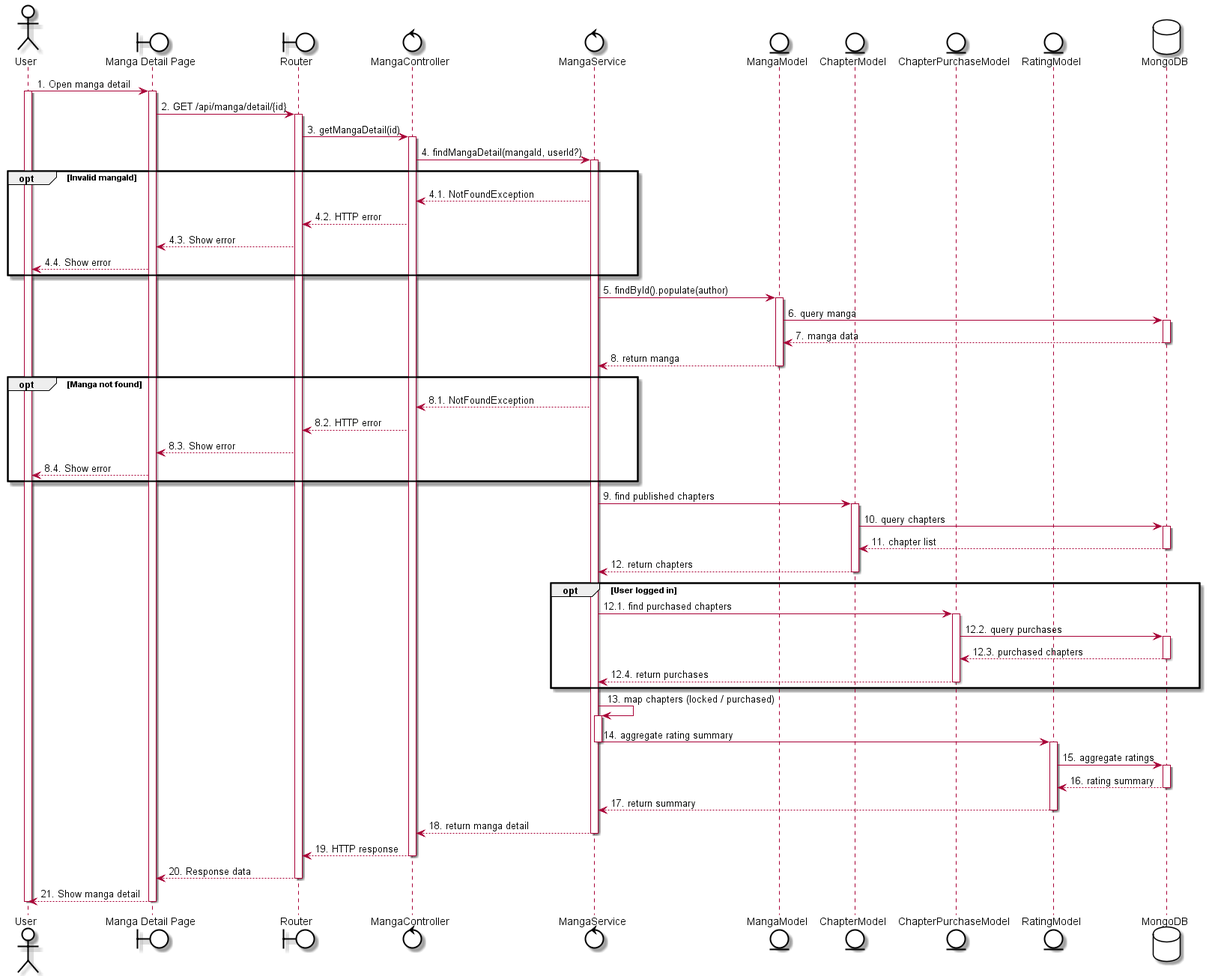
LGK1412/sequence_sep490_01 keeps this PlantUML diagram as out/uc26 - View Story Info/uc26 - View Story Info.png. Above is the earlier version.
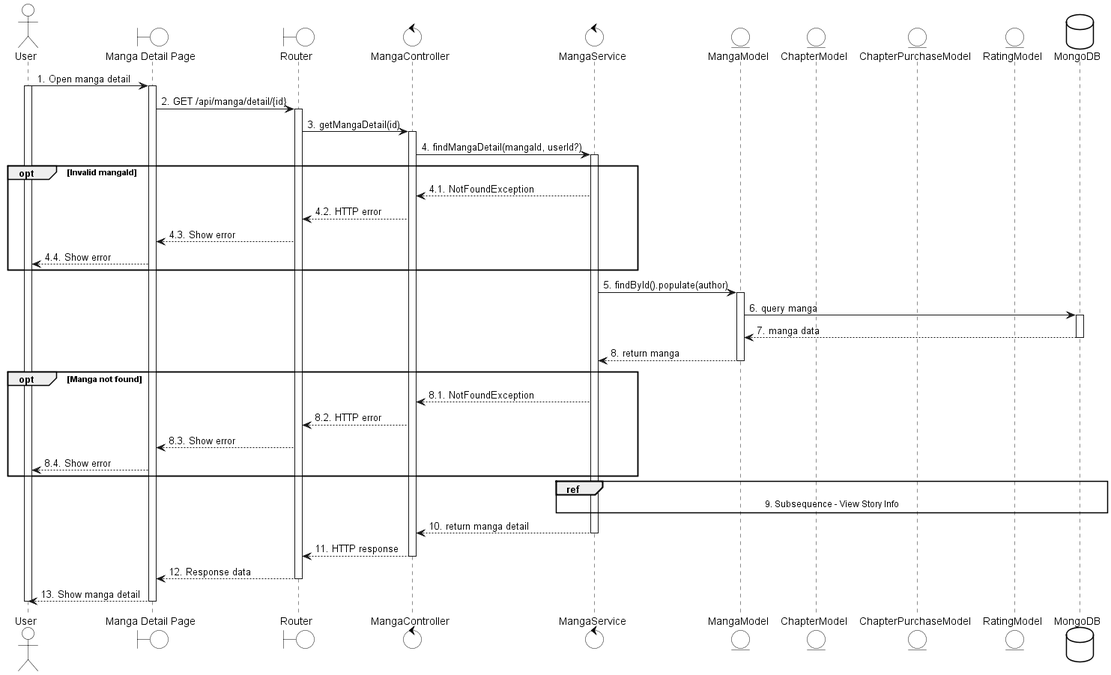
Above is the later version.

The edit, as a diff of the source:
```diff
@@ -59,47 +59,19 @@
   UI --> User: 8.4. Show error
 end
 
-MangaService -> ChapterModel: 9. find published chapters
-activate ChapterModel
-ChapterModel -> MongoDB: 10. query chapters
-activate MongoDB
-MongoDB --> ChapterModel: 11. chapter list
-deactivate MongoDB
-ChapterModel --> MangaService: 12. return chapters
-deactivate ChapterModel
+ref over MangaService, ChapterModel, ChapterPurchaseModel, RatingModel, MongoDB
+  9. Subsequence - View Story Info
+end ref
 
-opt User logged in
-  MangaService -> ChapterPurchaseModel: 12.1. find purchased chapters
-  activate ChapterPurchaseModel
-  ChapterPurchaseModel -> MongoDB: 12.2. query purchases
-  activate MongoDB
-  MongoDB --> ChapterPurchaseModel: 12.3. purchased chapters
-  deactivate MongoDB
-  ChapterPurchaseModel --> MangaService: 12.4. return purchases
-  deactivate ChapterPurchaseModel
-end
-
-MangaService -> MangaService: 13. map chapters (locked / purchased)
-activate MangaService
-MangaService -> RatingModel: 14. aggregate rating summary
-deactivate MangaService
-activate RatingModel
-RatingModel -> MongoDB: 15. aggregate ratings
-activate MongoDB
-MongoDB --> RatingModel: 16. rating summary
-deactivate MongoDB
-RatingModel --> MangaService: 17. return summary
-deactivate RatingModel
-
-MangaService --> MangaController: 18. return manga detail
+MangaService --> MangaController: 10. return manga detail
 deactivate MangaService
 
-MangaController --> Router: 19. HTTP response
+MangaController --> Router: 11. HTTP response
 deactivate MangaController
 
-Router --> UI: 20. Response data
+Router --> UI: 12. Response data
 deactivate Router
-UI --> User: 21. Show manga detail
+UI --> User: 13. Show manga detail
 deactivate UI
 deactivate User
 @enduml
```
